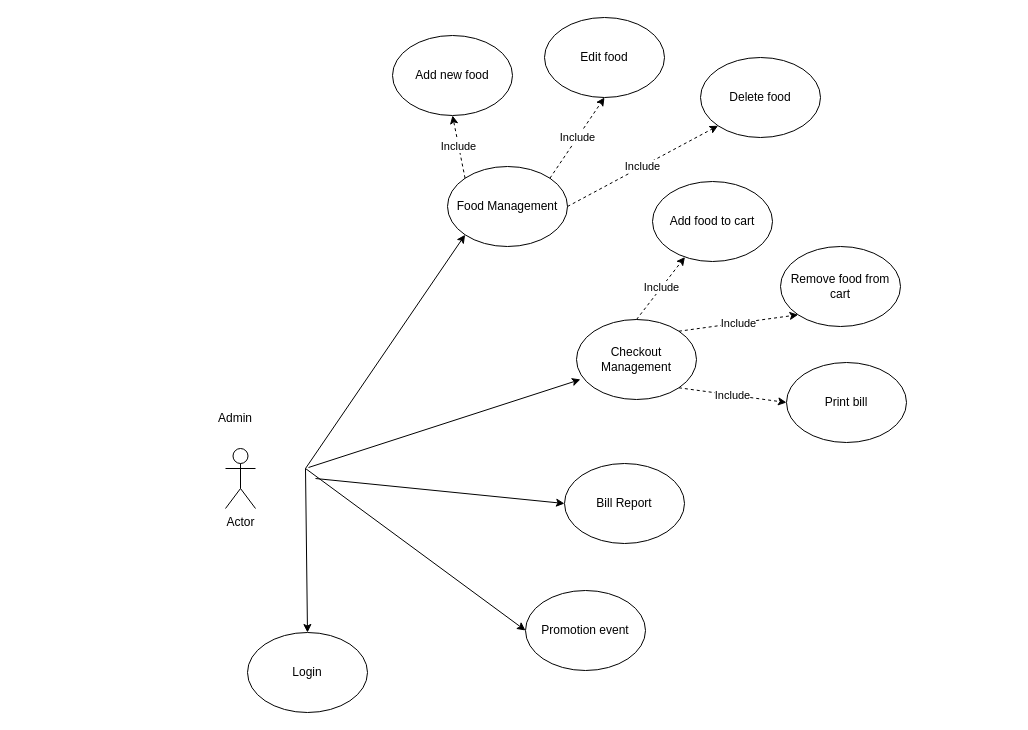
Earlier version of the draw.io diagram Untitled Diagram.drawio (tan0976861/PRN292). Source tidied: cells renumbered, new cells numbered last; positions are measured from the earlier drawing's top-left corner, leaving out a move shared by most shapes. Both pictures are drawn from the tidied source at 100%, with x=0, y=0 at pixel (215, 17).
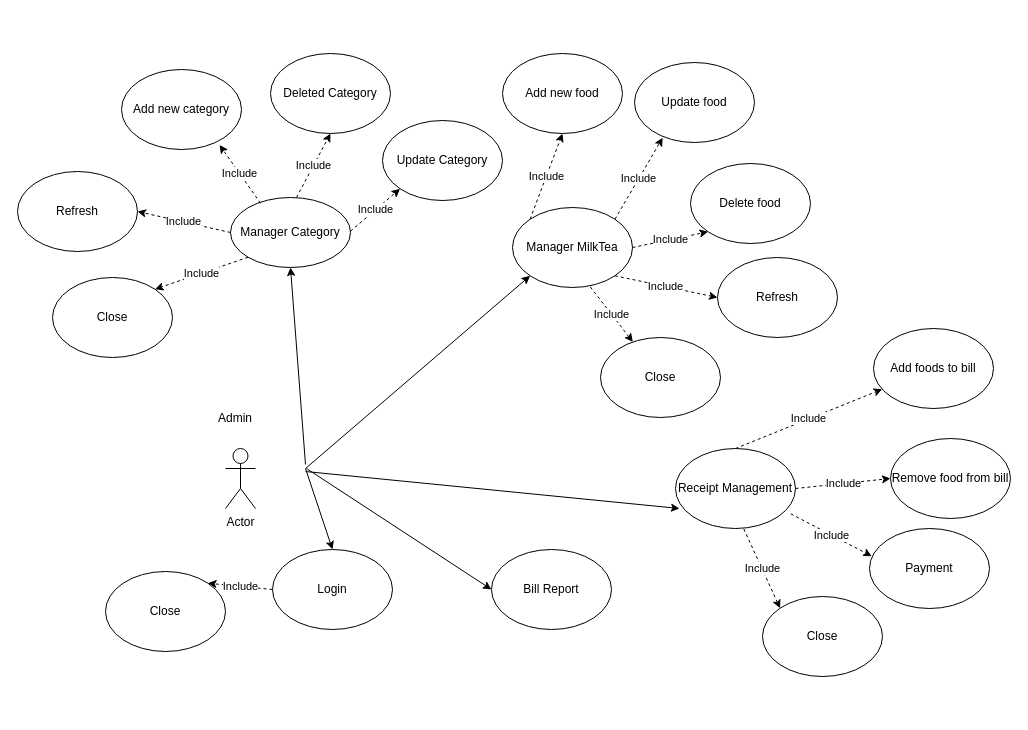
After the change.

What changed in the source:
```diff
@@
     <mxCell id="3" value="Login" style="ellipse;whiteSpace=wrap;html=1;" parent="1" vertex="1">
-      <mxGeometry x="32" y="615" width="120" height="80" as="geometry" />
+      <mxGeometry x="57" y="532" width="120" height="80" as="geometry" />
     </mxCell>
-    <mxCell id="4" value="Food Management" style="ellipse;whiteSpace=wrap;html=1;" parent="1" vertex="1">
-      <mxGeometry x="232" y="149" width="120" height="80" as="geometry" />
+    <mxCell id="4" value="Manager MilkTea" style="ellipse;whiteSpace=wrap;html=1;" parent="1" vertex="1">
+      <mxGeometry x="297" y="190" width="120" height="80" as="geometry" />
     </mxCell>
-    <mxCell id="5" value="Promotion event" style="ellipse;whiteSpace=wrap;html=1;" parent="1" vertex="1">
-      <mxGeometry x="310" y="573" width="120" height="80" as="geometry" />
-    </mxCell>
@@
     <mxCell id="7" style="endArrow=classic;html=1;entryX=0.033;entryY=0.75;entryDx=0;entryDy=0;entryPerimeter=0;" parent="1" edge="1" target="17">
       <mxGeometry relative="1" as="geometry">
-        <mxPoint x="93" y="450" as="sourcePoint" />
+        <mxPoint x="90" y="454" as="sourcePoint" />
       </mxGeometry>
     </mxCell>
-    <mxCell id="8" style="endArrow=classic;html=1;entryX=0;entryY=0.5;entryDx=0;entryDy=0;" parent="1" edge="1" target="5">
-      <mxGeometry relative="1" as="geometry">
-        <mxPoint x="90" y="451" as="sourcePoint" />
-      </mxGeometry>
-    </mxCell>
@@
-    <mxCell id="10" value="Edit food" style="ellipse;whiteSpace=wrap;html=1;" parent="1" vertex="1">
-      <mxGeometry x="329" width="120" height="80" as="geometry" />
+    <mxCell id="10" value="Update food" style="ellipse;whiteSpace=wrap;html=1;" parent="1" vertex="1">
+      <mxGeometry x="419" y="45" width="120" height="80" as="geometry" />
     </mxCell>
     <mxCell id="11" value="Delete food" style="ellipse;whiteSpace=wrap;html=1;" parent="1" vertex="1">
-      <mxGeometry x="485" y="40" width="120" height="80" as="geometry" />
+      <mxGeometry x="475" y="146" width="120" height="80" as="geometry" />
     </mxCell>
     <mxCell id="12" value="Add new food" style="ellipse;whiteSpace=wrap;html=1;" parent="1" vertex="1">
-      <mxGeometry x="177" y="18" width="120" height="80" as="geometry" />
+      <mxGeometry x="287" y="36" width="120" height="80" as="geometry" />
     </mxCell>
@@
-    <mxCell id="14" value="Include" style="endArrow=classic;html=1;entryX=0.5;entryY=1;entryDx=0;entryDy=0;exitX=1;exitY=0;exitDx=0;exitDy=0;dashed=1;" parent="1" edge="1" source="4" target="10">
+    <mxCell id="14" value="Include" style="endArrow=classic;html=1;entryX=0.235;entryY=0.94;entryDx=0;entryDy=0;exitX=1;exitY=0;exitDx=0;exitDy=0;dashed=1;entryPerimeter=0;" parent="1" edge="1" source="4" target="10">
       <mxGeometry relative="1" as="geometry" />
     </mxCell>
@@
-    <mxCell id="17" value="Checkout Management" style="ellipse;whiteSpace=wrap;html=1;" parent="1" vertex="1">
-      <mxGeometry x="361" y="302" width="120" height="80" as="geometry" />
+    <mxCell id="17" value="Receipt Management" style="ellipse;whiteSpace=wrap;html=1;" parent="1" vertex="1">
+      <mxGeometry x="460" y="431" width="120" height="80" as="geometry" />
     </mxCell>
-    <mxCell id="18" value="Remove food from cart" style="ellipse;whiteSpace=wrap;html=1;" parent="1" vertex="1">
-      <mxGeometry x="565" y="229" width="120" height="80" as="geometry" />
+    <mxCell id="18" value="Remove food from bill" style="ellipse;whiteSpace=wrap;html=1;" parent="1" vertex="1">
+      <mxGeometry x="675" y="421" width="120" height="80" as="geometry" />
     </mxCell>
-    <mxCell id="19" value="Print bill" style="ellipse;whiteSpace=wrap;html=1;" parent="1" vertex="1">
-      <mxGeometry x="571" y="345" width="120" height="80" as="geometry" />
-    </mxCell>
-    <mxCell id="20" value="Add food to cart" style="ellipse;whiteSpace=wrap;html=1;" parent="1" vertex="1">
-      <mxGeometry x="437" y="164" width="120" height="80" as="geometry" />
+    <mxCell id="20" value="Add foods to bill" style="ellipse;whiteSpace=wrap;html=1;" parent="1" vertex="1">
+      <mxGeometry x="658" y="311" width="120" height="80" as="geometry" />
     </mxCell>
@@
-    <mxCell id="22" value="Include" style="endArrow=classic;html=1;entryX=0;entryY=1;entryDx=0;entryDy=0;exitX=1;exitY=0;exitDx=0;exitDy=0;dashed=1;" parent="1" edge="1" source="17" target="18">
+    <mxCell id="22" value="Include" style="endArrow=classic;html=1;entryX=0;entryY=0.5;entryDx=0;entryDy=0;exitX=1;exitY=0.5;exitDx=0;exitDy=0;dashed=1;" parent="1" edge="1" source="17" target="18">
       <mxGeometry relative="1" as="geometry" />
     </mxCell>
-    <mxCell id="23" value="Include" style="endArrow=classic;html=1;entryX=0;entryY=0.5;entryDx=0;entryDy=0;exitX=1;exitY=1;exitDx=0;exitDy=0;dashed=1;" parent="1" edge="1" source="17" target="19">
-      <mxGeometry relative="1" as="geometry" />
-    </mxCell>
     <mxCell id="24" value="Bill Report" style="ellipse;whiteSpace=wrap;html=1;" parent="1" vertex="1">
-      <mxGeometry x="349" y="446" width="120" height="80" as="geometry" />
+      <mxGeometry x="276" y="532" width="120" height="80" as="geometry" />
     </mxCell>
     <mxCell id="25" style="endArrow=classic;html=1;entryX=0;entryY=0.5;entryDx=0;entryDy=0;" parent="1" edge="1" target="24">
       <mxGeometry relative="1" as="geometry">
-        <mxPoint x="100" y="461" as="sourcePoint" />
+        <mxPoint x="91" y="451" as="sourcePoint" />
       </mxGeometry>
     </mxCell>
+    <mxCell id="26" value="Manager Category" style="ellipse;whiteSpace=wrap;html=1;" parent="1" vertex="1">
+      <mxGeometry x="15" y="180" width="120" height="70" as="geometry" />
+    </mxCell>
+    <mxCell id="27" style="endArrow=classic;html=1;entryX=0.5;entryY=1;entryDx=0;entryDy=0;" parent="1" edge="1" target="26">
+      <mxGeometry relative="1" as="geometry">
+        <mxPoint x="90" y="447" as="sourcePoint" />
+      </mxGeometry>
+    </mxCell>
+    <mxCell id="28" value="Add new category" style="ellipse;whiteSpace=wrap;html=1;" parent="1" vertex="1">
+      <mxGeometry x="-94" y="52" width="120" height="80" as="geometry" />
+    </mxCell>
+    <mxCell id="29" value="Deleted Category" style="ellipse;whiteSpace=wrap;html=1;" parent="1" vertex="1">
+      <mxGeometry x="55" y="36" width="120" height="80" as="geometry" />
+    </mxCell>
+    <mxCell id="30" value="Update Category" style="ellipse;whiteSpace=wrap;html=1;" parent="1" vertex="1">
+      <mxGeometry x="167" y="103" width="120" height="80" as="geometry" />
+    </mxCell>
+    <mxCell id="31" value="Include" style="endArrow=classic;html=1;entryX=0;entryY=1;entryDx=0;entryDy=0;exitX=0;exitY=0;exitDx=0;exitDy=0;dashed=1;" parent="1" edge="1" target="30">
+      <mxGeometry relative="1" as="geometry">
+        <mxPoint x="135" y="213.7" as="sourcePoint" />
+      </mxGeometry>
+    </mxCell>
+    <mxCell id="32" value="Include" style="endArrow=classic;html=1;entryX=0.5;entryY=1;entryDx=0;entryDy=0;exitX=0;exitY=0;exitDx=0;exitDy=0;dashed=1;" parent="1" edge="1" target="29">
+      <mxGeometry relative="1" as="geometry">
+        <mxPoint x="81" y="180" as="sourcePoint" />
+      </mxGeometry>
+    </mxCell>
+    <mxCell id="33" value="Include" style="endArrow=classic;html=1;entryX=0.817;entryY=0.943;entryDx=0;entryDy=0;exitX=0;exitY=0;exitDx=0;exitDy=0;dashed=1;entryPerimeter=0;" parent="1" edge="1" target="28">
+      <mxGeometry relative="1" as="geometry">
+        <mxPoint x="45" y="185.7" as="sourcePoint" />
+      </mxGeometry>
+    </mxCell>
+    <mxCell id="34" value="Refresh" style="ellipse;whiteSpace=wrap;html=1;" parent="1" vertex="1">
+      <mxGeometry x="502" y="240" width="120" height="80" as="geometry" />
+    </mxCell>
+    <mxCell id="23" value="Include" style="endArrow=classic;html=1;entryX=0;entryY=0.5;entryDx=0;entryDy=0;exitX=1;exitY=1;exitDx=0;exitDy=0;dashed=1;" parent="1" edge="1" source="4" target="34">
+      <mxGeometry relative="1" as="geometry" />
+    </mxCell>
+    <mxCell id="35" value="Close" style="ellipse;whiteSpace=wrap;html=1;" parent="1" vertex="1">
+      <mxGeometry x="385" y="320" width="120" height="80" as="geometry" />
+    </mxCell>
+    <mxCell id="36" value="Include" style="endArrow=classic;html=1;exitX=0.649;exitY=0.994;exitDx=0;exitDy=0;dashed=1;exitPerimeter=0;" parent="1" edge="1" source="4" target="35">
+      <mxGeometry relative="1" as="geometry" />
+    </mxCell>
+    <mxCell id="37" value="Refresh" style="ellipse;whiteSpace=wrap;html=1;" parent="1" vertex="1">
+      <mxGeometry x="-198" y="154" width="120" height="80" as="geometry" />
+    </mxCell>
+    <mxCell id="38" value="Close" style="ellipse;whiteSpace=wrap;html=1;" parent="1" vertex="1">
+      <mxGeometry x="-163" y="260" width="120" height="80" as="geometry" />
+    </mxCell>
+    <mxCell id="39" value="Include" style="endArrow=classic;html=1;entryX=1;entryY=0.5;entryDx=0;entryDy=0;exitX=0;exitY=0.5;exitDx=0;exitDy=0;dashed=1;" parent="1" edge="1" source="26" target="37">
+      <mxGeometry relative="1" as="geometry" />
+    </mxCell>
+    <mxCell id="40" value="Include" style="endArrow=classic;html=1;entryX=1;entryY=0;entryDx=0;entryDy=0;exitX=0;exitY=1;exitDx=0;exitDy=0;dashed=1;" parent="1" edge="1" source="26" target="38">
+      <mxGeometry relative="1" as="geometry" />
+    </mxCell>
+    <mxCell id="41" value="Include" style="endArrow=classic;html=1;exitX=0;exitY=0.5;exitDx=0;exitDy=0;dashed=1;entryX=1;entryY=0;entryDx=0;entryDy=0;" parent="1" edge="1" source="3" target="42">
+      <mxGeometry relative="1" as="geometry" />
+    </mxCell>
+    <mxCell id="42" value="Close" style="ellipse;whiteSpace=wrap;html=1;" parent="1" vertex="1">
+      <mxGeometry x="-110" y="554" width="120" height="80" as="geometry" />
+    </mxCell>
+    <mxCell id="43" value="Close" style="ellipse;whiteSpace=wrap;html=1;" parent="1" vertex="1">
+      <mxGeometry x="547" y="579" width="120" height="80" as="geometry" />
+    </mxCell>
+    <mxCell id="44" value="Include" style="endArrow=classic;html=1;entryX=0;entryY=0;entryDx=0;entryDy=0;exitX=0.569;exitY=1.005;exitDx=0;exitDy=0;dashed=1;exitPerimeter=0;" parent="1" edge="1" source="17" target="43">
+      <mxGeometry relative="1" as="geometry" />
+    </mxCell>
+    <mxCell id="45" value="Payment" style="ellipse;whiteSpace=wrap;html=1;" parent="1" vertex="1">
+      <mxGeometry x="654" y="511" width="120" height="80" as="geometry" />
+    </mxCell>
+    <mxCell id="46" value="Include" style="endArrow=classic;html=1;entryX=0.019;entryY=0.346;entryDx=0;entryDy=0;exitX=0.961;exitY=0.817;exitDx=0;exitDy=0;dashed=1;exitPerimeter=0;entryPerimeter=0;" parent="1" edge="1" source="17" target="45">
+      <mxGeometry relative="1" as="geometry" />
+    </mxCell>
```
